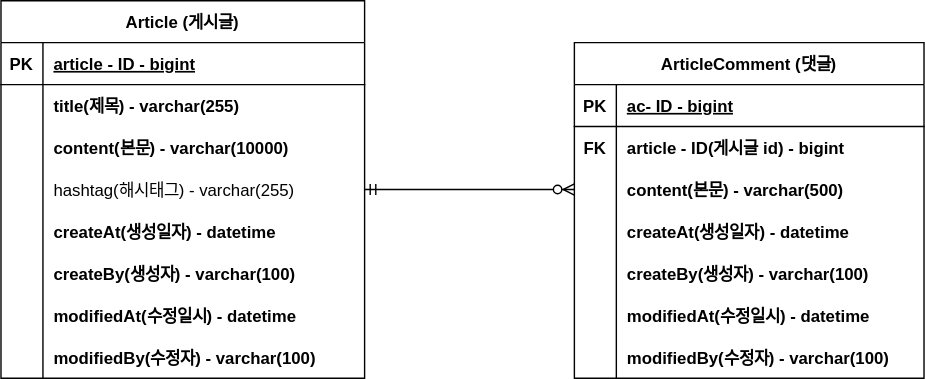
This is document/ERD.svg from DevToddler/project-board1, a draw.io export, as it was before one commit. Source tidied: cells renumbered, new cells last; positions are measured from the earlier drawing's top-left corner, leaving out a move shared by most shapes.
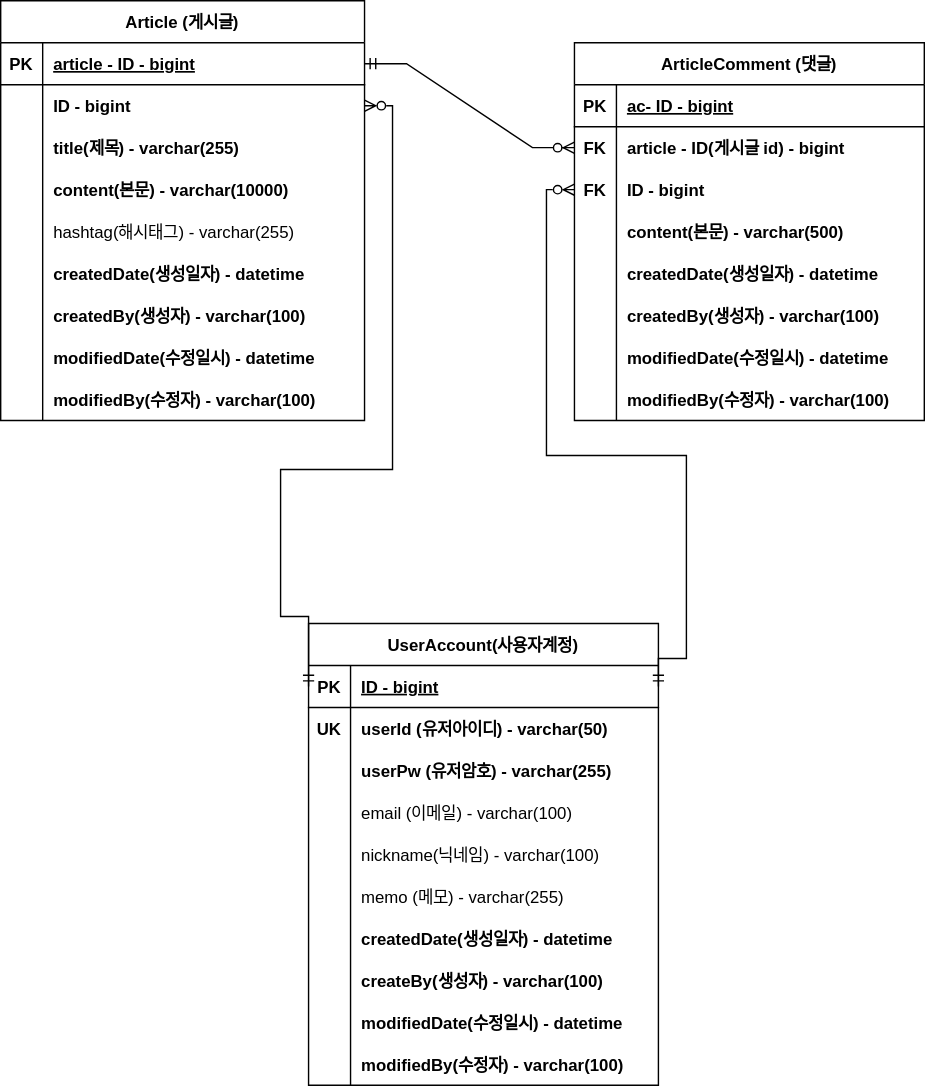
The same diagram one commit later.

Diff of the diagram source:
```diff
@@ -3,7 +3,7 @@
     <mxCell id="0" />
     <mxCell id="1" parent="0" />
     <mxCell id="2" value="Article (게시글)" style="shape=table;startSize=30;rowLines=0;fontStyle=1;align=center;" parent="1" vertex="1">
-      <mxGeometry width="260" height="270" as="geometry" />
+      <mxGeometry width="260" height="300" as="geometry" />
     </mxCell>
     <mxCell id="3" style="shape=tableRow;horizontal=0;startSize=0;swimlaneHead=0;swimlaneBody=0;fillColor=none;points=[[0,0.5],[1,0.5]];portConstraint=eastwest;top=0;left=0;right=0;bottom=1;" parent="2" vertex="1">
       <mxGeometry y="30" width="260" height="30" as="geometry" />
@@ -20,11 +20,20 @@
     <mxCell id="7" style="shape=partialRectangle;fillColor=none;top=0;left=0;bottom=0;right=0;overflow=hidden;" parent="6" vertex="1">
       <mxGeometry width="30" height="30" as="geometry" />
     </mxCell>
-    <mxCell id="8" value="title(제목) - varchar(255)" style="shape=partialRectangle;fillColor=none;top=0;left=0;bottom=0;right=0;align=left;spacingLeft=6;overflow=hidden;fontStyle=1;" parent="6" vertex="1">
+    <mxCell id="8" value="ID - bigint" style="shape=partialRectangle;fillColor=none;top=0;left=0;bottom=0;right=0;align=left;spacingLeft=6;overflow=hidden;fontStyle=1;" parent="6" vertex="1">
       <mxGeometry x="30" width="230" height="30" as="geometry" />
     </mxCell>
+    <mxCell id="50" style="shape=tableRow;horizontal=0;startSize=0;swimlaneHead=0;swimlaneBody=0;fillColor=none;top=0;left=0;right=0;bottom=0;" parent="2" vertex="1">
+      <mxGeometry y="90" width="260" height="30" as="geometry" />
+    </mxCell>
+    <mxCell id="51" style="shape=partialRectangle;fillColor=none;top=0;left=0;bottom=0;right=0;overflow=hidden;" parent="50" vertex="1">
+      <mxGeometry width="30" height="30" as="geometry" />
+    </mxCell>
+    <mxCell id="52" value="title(제목) - varchar(255)" style="shape=partialRectangle;fillColor=none;top=0;left=0;bottom=0;right=0;align=left;spacingLeft=6;overflow=hidden;fontStyle=1;" parent="50" vertex="1">
+      <mxGeometry x="30" width="230" height="30" as="geometry" />
+    </mxCell>
     <mxCell id="9" style="shape=tableRow;horizontal=0;startSize=0;swimlaneHead=0;swimlaneBody=0;fillColor=none;top=0;left=0;right=0;bottom=0;" parent="2" vertex="1">
-      <mxGeometry y="90" width="260" height="30" as="geometry" />
+      <mxGeometry y="120" width="260" height="30" as="geometry" />
     </mxCell>
     <mxCell id="10" style="shape=partialRectangle;fillColor=none;top=0;left=0;bottom=0;right=0;overflow=hidden;" parent="9" vertex="1">
       <mxGeometry width="30" height="30" as="geometry" />
@@ -33,7 +42,7 @@
       <mxGeometry x="30" width="230" height="30" as="geometry" />
     </mxCell>
     <mxCell id="12" style="shape=tableRow;horizontal=0;startSize=0;swimlaneHead=0;swimlaneBody=0;fillColor=none;points=[[0,0.5],[1,0.5]];portConstraint=eastwest;top=0;left=0;right=0;bottom=0;" parent="2" vertex="1">
-      <mxGeometry y="120" width="260" height="30" as="geometry" />
+      <mxGeometry y="150" width="260" height="30" as="geometry" />
     </mxCell>
     <mxCell id="13" style="shape=partialRectangle;fillColor=none;top=0;left=0;bottom=0;right=0;overflow=hidden;" parent="12" vertex="1">
       <mxGeometry width="30" height="30" as="geometry" />
@@ -42,34 +51,34 @@
       <mxGeometry x="30" width="230" height="30" as="geometry" />
     </mxCell>
     <mxCell id="15" style="shape=tableRow;horizontal=0;startSize=0;swimlaneHead=0;swimlaneBody=0;fillColor=none;top=0;left=0;right=0;bottom=0;" parent="2" vertex="1">
-      <mxGeometry y="150" width="260" height="30" as="geometry" />
+      <mxGeometry y="180" width="260" height="30" as="geometry" />
     </mxCell>
     <mxCell id="16" style="shape=partialRectangle;fillColor=none;top=0;left=0;bottom=0;right=0;overflow=hidden;" parent="15" vertex="1">
       <mxGeometry width="30" height="30" as="geometry" />
     </mxCell>
-    <mxCell id="17" value="createAt(생성일자) - datetime" style="shape=partialRectangle;fillColor=none;top=0;left=0;bottom=0;right=0;align=left;spacingLeft=6;overflow=hidden;fontStyle=1;" parent="15" vertex="1">
+    <mxCell id="17" value="createdDate(생성일자) - datetime" style="shape=partialRectangle;fillColor=none;top=0;left=0;bottom=0;right=0;align=left;spacingLeft=6;overflow=hidden;fontStyle=1;" parent="15" vertex="1">
       <mxGeometry x="30" width="230" height="30" as="geometry" />
     </mxCell>
     <mxCell id="18" style="shape=tableRow;horizontal=0;startSize=0;swimlaneHead=0;swimlaneBody=0;fillColor=none;top=0;left=0;right=0;bottom=0;" parent="2" vertex="1">
-      <mxGeometry y="180" width="260" height="30" as="geometry" />
+      <mxGeometry y="210" width="260" height="30" as="geometry" />
     </mxCell>
     <mxCell id="19" style="shape=partialRectangle;fillColor=none;top=0;left=0;bottom=0;right=0;overflow=hidden;" parent="18" vertex="1">
       <mxGeometry width="30" height="30" as="geometry" />
     </mxCell>
-    <mxCell id="20" value="createBy(생성자) - varchar(100)" style="shape=partialRectangle;fillColor=none;top=0;left=0;bottom=0;right=0;align=left;spacingLeft=6;overflow=hidden;fontStyle=1;" parent="18" vertex="1">
+    <mxCell id="20" value="createdBy(생성자) - varchar(100)" style="shape=partialRectangle;fillColor=none;top=0;left=0;bottom=0;right=0;align=left;spacingLeft=6;overflow=hidden;fontStyle=1;" parent="18" vertex="1">
       <mxGeometry x="30" width="230" height="30" as="geometry" />
     </mxCell>
     <mxCell id="21" style="shape=tableRow;horizontal=0;startSize=0;swimlaneHead=0;swimlaneBody=0;fillColor=none;top=0;left=0;right=0;bottom=0;" parent="2" vertex="1">
-      <mxGeometry y="210" width="260" height="30" as="geometry" />
+      <mxGeometry y="240" width="260" height="30" as="geometry" />
     </mxCell>
     <mxCell id="22" style="shape=partialRectangle;fillColor=none;top=0;left=0;bottom=0;right=0;overflow=hidden;" parent="21" vertex="1">
       <mxGeometry width="30" height="30" as="geometry" />
     </mxCell>
-    <mxCell id="23" value="modifiedAt(수정일시) - datetime" style="shape=partialRectangle;fillColor=none;top=0;left=0;bottom=0;right=0;align=left;spacingLeft=6;overflow=hidden;fontStyle=1;" parent="21" vertex="1">
+    <mxCell id="23" value="modifiedDate(수정일시) - datetime" style="shape=partialRectangle;fillColor=none;top=0;left=0;bottom=0;right=0;align=left;spacingLeft=6;overflow=hidden;fontStyle=1;" parent="21" vertex="1">
       <mxGeometry x="30" width="230" height="30" as="geometry" />
     </mxCell>
     <mxCell id="24" style="shape=tableRow;horizontal=0;startSize=0;swimlaneHead=0;swimlaneBody=0;fillColor=none;top=0;left=0;right=0;bottom=0;" parent="2" vertex="1">
-      <mxGeometry y="240" width="260" height="30" as="geometry" />
+      <mxGeometry y="270" width="260" height="30" as="geometry" />
     </mxCell>
     <mxCell id="25" style="shape=partialRectangle;fillColor=none;top=0;left=0;bottom=0;right=0;overflow=hidden;" parent="24" vertex="1">
       <mxGeometry width="30" height="30" as="geometry" />
@@ -78,7 +87,7 @@
       <mxGeometry x="30" width="230" height="30" as="geometry" />
     </mxCell>
     <mxCell id="27" value="ArticleComment (댓글)" style="shape=table;startSize=30;rowLines=0;fontStyle=1;align=center;" parent="1" vertex="1">
-      <mxGeometry x="410" y="30" width="250" height="240" as="geometry" />
+      <mxGeometry x="410" y="30" width="250" height="270" as="geometry" />
     </mxCell>
     <mxCell id="28" style="shape=tableRow;horizontal=0;startSize=0;swimlaneHead=0;swimlaneBody=0;fillColor=none;top=0;left=0;right=0;bottom=1;" parent="27" vertex="1">
       <mxGeometry y="30" width="250" height="30" as="geometry" />
@@ -98,8 +107,17 @@
     <mxCell id="33" value="article - ID(게시글 id) - bigint" style="shape=partialRectangle;fillColor=none;top=0;left=0;bottom=0;right=0;align=left;spacingLeft=6;overflow=hidden;fontStyle=1;" parent="31" vertex="1">
       <mxGeometry x="30" width="220" height="30" as="geometry" />
     </mxCell>
+    <mxCell id="53" style="shape=tableRow;horizontal=0;startSize=0;swimlaneHead=0;swimlaneBody=0;fillColor=none;points=[[0,0.5],[1,0.5]];portConstraint=eastwest;top=0;left=0;right=0;bottom=0;" parent="27" vertex="1">
+      <mxGeometry y="90" width="250" height="30" as="geometry" />
+    </mxCell>
+    <mxCell id="54" value="FK" style="shape=partialRectangle;fillColor=none;top=0;left=0;bottom=0;right=0;overflow=hidden;fontStyle=1;" parent="53" vertex="1">
+      <mxGeometry width="30" height="30" as="geometry" />
+    </mxCell>
+    <mxCell id="55" value="ID - bigint" style="shape=partialRectangle;fillColor=none;top=0;left=0;bottom=0;right=0;align=left;spacingLeft=6;overflow=hidden;fontStyle=1;" parent="53" vertex="1">
+      <mxGeometry x="30" width="220" height="30" as="geometry" />
+    </mxCell>
     <mxCell id="34" style="shape=tableRow;horizontal=0;startSize=0;swimlaneHead=0;swimlaneBody=0;fillColor=none;points=[[0,0.5],[1,0.5]];portConstraint=eastwest;top=0;left=0;right=0;bottom=0;" parent="27" vertex="1">
-      <mxGeometry y="90" width="250" height="30" as="geometry" />
+      <mxGeometry y="120" width="250" height="30" as="geometry" />
     </mxCell>
     <mxCell id="35" style="shape=partialRectangle;fillColor=none;top=0;left=0;bottom=0;right=0;overflow=hidden;" parent="34" vertex="1">
       <mxGeometry width="30" height="30" as="geometry" />
@@ -108,34 +126,34 @@
       <mxGeometry x="30" width="220" height="30" as="geometry" />
     </mxCell>
     <mxCell id="37" style="shape=tableRow;horizontal=0;startSize=0;swimlaneHead=0;swimlaneBody=0;fillColor=none;top=0;left=0;right=0;bottom=0;" parent="27" vertex="1">
-      <mxGeometry y="120" width="250" height="30" as="geometry" />
+      <mxGeometry y="150" width="250" height="30" as="geometry" />
     </mxCell>
     <mxCell id="38" style="shape=partialRectangle;fillColor=none;top=0;left=0;bottom=0;right=0;overflow=hidden;" parent="37" vertex="1">
       <mxGeometry width="30" height="30" as="geometry" />
     </mxCell>
-    <mxCell id="39" value="createAt(생성일자) - datetime" style="shape=partialRectangle;fillColor=none;top=0;left=0;bottom=0;right=0;align=left;spacingLeft=6;overflow=hidden;fontStyle=1;" parent="37" vertex="1">
+    <mxCell id="39" value="createdDate(생성일자) - datetime" style="shape=partialRectangle;fillColor=none;top=0;left=0;bottom=0;right=0;align=left;spacingLeft=6;overflow=hidden;fontStyle=1;" parent="37" vertex="1">
       <mxGeometry x="30" width="220" height="30" as="geometry" />
     </mxCell>
     <mxCell id="40" style="shape=tableRow;horizontal=0;startSize=0;swimlaneHead=0;swimlaneBody=0;fillColor=none;top=0;left=0;right=0;bottom=0;" parent="27" vertex="1">
-      <mxGeometry y="150" width="250" height="30" as="geometry" />
+      <mxGeometry y="180" width="250" height="30" as="geometry" />
     </mxCell>
     <mxCell id="41" style="shape=partialRectangle;fillColor=none;top=0;left=0;bottom=0;right=0;overflow=hidden;" parent="40" vertex="1">
       <mxGeometry width="30" height="30" as="geometry" />
     </mxCell>
-    <mxCell id="42" value="createBy(생성자) - varchar(100)" style="shape=partialRectangle;fillColor=none;top=0;left=0;bottom=0;right=0;align=left;spacingLeft=6;overflow=hidden;fontStyle=1;" parent="40" vertex="1">
+    <mxCell id="42" value="createdBy(생성자) - varchar(100)" style="shape=partialRectangle;fillColor=none;top=0;left=0;bottom=0;right=0;align=left;spacingLeft=6;overflow=hidden;fontStyle=1;" parent="40" vertex="1">
       <mxGeometry x="30" width="220" height="30" as="geometry" />
     </mxCell>
     <mxCell id="43" style="shape=tableRow;horizontal=0;startSize=0;swimlaneHead=0;swimlaneBody=0;fillColor=none;top=0;left=0;right=0;bottom=0;" parent="27" vertex="1">
-      <mxGeometry y="180" width="250" height="30" as="geometry" />
+      <mxGeometry y="210" width="250" height="30" as="geometry" />
     </mxCell>
     <mxCell id="44" style="shape=partialRectangle;fillColor=none;top=0;left=0;bottom=0;right=0;overflow=hidden;" parent="43" vertex="1">
       <mxGeometry width="30" height="30" as="geometry" />
     </mxCell>
-    <mxCell id="45" value="modifiedAt(수정일시) - datetime" style="shape=partialRectangle;fillColor=none;top=0;left=0;bottom=0;right=0;align=left;spacingLeft=6;overflow=hidden;fontStyle=1;" parent="43" vertex="1">
+    <mxCell id="45" value="modifiedDate(수정일시) - datetime" style="shape=partialRectangle;fillColor=none;top=0;left=0;bottom=0;right=0;align=left;spacingLeft=6;overflow=hidden;fontStyle=1;" parent="43" vertex="1">
       <mxGeometry x="30" width="220" height="30" as="geometry" />
     </mxCell>
     <mxCell id="46" style="shape=tableRow;horizontal=0;startSize=0;swimlaneHead=0;swimlaneBody=0;fillColor=none;top=0;left=0;right=0;bottom=0;" parent="27" vertex="1">
-      <mxGeometry y="210" width="250" height="30" as="geometry" />
+      <mxGeometry y="240" width="250" height="30" as="geometry" />
     </mxCell>
     <mxCell id="47" style="shape=partialRectangle;fillColor=none;top=0;left=0;bottom=0;right=0;overflow=hidden;" parent="46" vertex="1">
       <mxGeometry width="30" height="30" as="geometry" />
@@ -143,8 +161,122 @@
     <mxCell id="48" value="modifiedBy(수정자) - varchar(100)" style="shape=partialRectangle;fillColor=none;top=0;left=0;bottom=0;right=0;align=left;spacingLeft=6;overflow=hidden;fontStyle=1;" parent="46" vertex="1">
       <mxGeometry x="30" width="220" height="30" as="geometry" />
     </mxCell>
-    <mxCell id="49" style="edgeStyle=entityRelationEdgeStyle;fontSize=12;html=1;endArrow=ERzeroToMany;startArrow=ERmandOne;rounded=0;entryX=0;entryY=0.5;entryDx=0;entryDy=0;exitX=1;exitY=0.5;exitDx=0;exitDy=0;" parent="1" edge="1" source="12" target="34">
+    <mxCell id="49" style="edgeStyle=entityRelationEdgeStyle;fontSize=12;html=1;endArrow=ERzeroToMany;startArrow=ERmandOne;rounded=0;entryX=0;entryY=0.5;entryDx=0;entryDy=0;exitX=1;exitY=0.5;exitDx=0;exitDy=0;" parent="1" edge="1" source="3" target="31">
       <mxGeometry relative="1" as="geometry" />
     </mxCell>
+    <mxCell id="56" value="UserAccount(사용자계정)" style="shape=table;startSize=30;rowLines=0;fontStyle=1;align=center;" parent="1" vertex="1">
+      <mxGeometry x="220" y="445" width="250" height="330" as="geometry" />
+    </mxCell>
+    <mxCell id="57" style="shape=tableRow;horizontal=0;startSize=0;swimlaneHead=0;swimlaneBody=0;fillColor=none;points=[[0,0.5],[1,0.5]];portConstraint=eastwest;top=0;left=0;right=0;bottom=1;" parent="56" vertex="1">
+      <mxGeometry y="30" width="250" height="30" as="geometry" />
+    </mxCell>
+    <mxCell id="58" value="PK" style="shape=partialRectangle;fillColor=none;top=0;left=0;bottom=0;right=0;fontStyle=1;overflow=hidden;" parent="57" vertex="1">
+      <mxGeometry width="30" height="30" as="geometry" />
+    </mxCell>
+    <mxCell id="59" value="ID - bigint" style="shape=partialRectangle;fillColor=none;top=0;left=0;bottom=0;right=0;align=left;spacingLeft=6;fontStyle=5;overflow=hidden;" parent="57" vertex="1">
+      <mxGeometry x="30" width="220" height="30" as="geometry" />
+    </mxCell>
+    <mxCell id="60" style="shape=tableRow;horizontal=0;startSize=0;swimlaneHead=0;swimlaneBody=0;fillColor=none;top=0;left=0;right=0;bottom=0;" parent="56" vertex="1">
+      <mxGeometry y="60" width="250" height="30" as="geometry" />
+    </mxCell>
+    <mxCell id="61" value="UK" style="shape=partialRectangle;fillColor=none;top=0;left=0;bottom=0;right=0;overflow=hidden;fontStyle=1;" parent="60" vertex="1">
+      <mxGeometry width="30" height="30" as="geometry" />
+    </mxCell>
+    <mxCell id="62" value="userId (유저아이디) - varchar(50)" style="shape=partialRectangle;fillColor=none;top=0;left=0;bottom=0;right=0;align=left;spacingLeft=6;overflow=hidden;fontStyle=1;" parent="60" vertex="1">
+      <mxGeometry x="30" width="220" height="30" as="geometry" />
+    </mxCell>
+    <mxCell id="63" style="shape=tableRow;horizontal=0;startSize=0;swimlaneHead=0;swimlaneBody=0;fillColor=none;top=0;left=0;right=0;bottom=0;" parent="56" vertex="1">
+      <mxGeometry y="90" width="250" height="30" as="geometry" />
+    </mxCell>
+    <mxCell id="64" style="shape=partialRectangle;fillColor=none;top=0;left=0;bottom=0;right=0;overflow=hidden;" parent="63" vertex="1">
+      <mxGeometry width="30" height="30" as="geometry" />
+    </mxCell>
+    <mxCell id="65" value="userPw (유저암호) - varchar(255)" style="shape=partialRectangle;fillColor=none;top=0;left=0;bottom=0;right=0;align=left;spacingLeft=6;overflow=hidden;fontStyle=1;" parent="63" vertex="1">
+      <mxGeometry x="30" width="220" height="30" as="geometry" />
+    </mxCell>
+    <mxCell id="66" style="shape=tableRow;horizontal=0;startSize=0;swimlaneHead=0;swimlaneBody=0;fillColor=none;top=0;left=0;right=0;bottom=0;" parent="56" vertex="1">
+      <mxGeometry y="120" width="250" height="30" as="geometry" />
+    </mxCell>
+    <mxCell id="67" style="shape=partialRectangle;fillColor=none;top=0;left=0;bottom=0;right=0;overflow=hidden;" parent="66" vertex="1">
+      <mxGeometry width="30" height="30" as="geometry" />
+    </mxCell>
+    <mxCell id="68" value="email (이메일) - varchar(100)" style="shape=partialRectangle;fillColor=none;top=0;left=0;bottom=0;right=0;align=left;spacingLeft=6;overflow=hidden;" parent="66" vertex="1">
+      <mxGeometry x="30" width="220" height="30" as="geometry" />
+    </mxCell>
+    <mxCell id="69" style="shape=tableRow;horizontal=0;startSize=0;swimlaneHead=0;swimlaneBody=0;fillColor=none;top=0;left=0;right=0;bottom=0;" parent="56" vertex="1">
+      <mxGeometry y="150" width="250" height="30" as="geometry" />
+    </mxCell>
+    <mxCell id="70" style="shape=partialRectangle;fillColor=none;top=0;left=0;bottom=0;right=0;overflow=hidden;" parent="69" vertex="1">
+      <mxGeometry width="30" height="30" as="geometry" />
+    </mxCell>
+    <mxCell id="71" value="nickname(닉네임) - varchar(100)" style="shape=partialRectangle;fillColor=none;top=0;left=0;bottom=0;right=0;align=left;spacingLeft=6;overflow=hidden;" parent="69" vertex="1">
+      <mxGeometry x="30" width="220" height="30" as="geometry" />
+    </mxCell>
+    <mxCell id="72" style="shape=tableRow;horizontal=0;startSize=0;swimlaneHead=0;swimlaneBody=0;fillColor=none;top=0;left=0;right=0;bottom=0;" parent="56" vertex="1">
+      <mxGeometry y="180" width="250" height="30" as="geometry" />
+    </mxCell>
+    <mxCell id="73" style="shape=partialRectangle;fillColor=none;top=0;left=0;bottom=0;right=0;overflow=hidden;" parent="72" vertex="1">
+      <mxGeometry width="30" height="30" as="geometry" />
+    </mxCell>
+    <mxCell id="74" value="memo (메모) - varchar(255)" style="shape=partialRectangle;fillColor=none;top=0;left=0;bottom=0;right=0;align=left;spacingLeft=6;overflow=hidden;" parent="72" vertex="1">
+      <mxGeometry x="30" width="220" height="30" as="geometry" />
+    </mxCell>
+    <mxCell id="75" style="shape=tableRow;horizontal=0;startSize=0;swimlaneHead=0;swimlaneBody=0;fillColor=none;top=0;left=0;right=0;bottom=0;" parent="56" vertex="1">
+      <mxGeometry y="210" width="250" height="30" as="geometry" />
+    </mxCell>
+    <mxCell id="76" style="shape=partialRectangle;fillColor=none;top=0;left=0;bottom=0;right=0;overflow=hidden;" parent="75" vertex="1">
+      <mxGeometry width="30" height="30" as="geometry" />
+    </mxCell>
+    <mxCell id="77" value="createdDate(생성일자) - datetime" style="shape=partialRectangle;fillColor=none;top=0;left=0;bottom=0;right=0;align=left;spacingLeft=6;overflow=hidden;fontStyle=1;" parent="75" vertex="1">
+      <mxGeometry x="30" width="220" height="30" as="geometry" />
+    </mxCell>
+    <mxCell id="78" style="shape=tableRow;horizontal=0;startSize=0;swimlaneHead=0;swimlaneBody=0;fillColor=none;top=0;left=0;right=0;bottom=0;" parent="56" vertex="1">
+      <mxGeometry y="240" width="250" height="30" as="geometry" />
+    </mxCell>
+    <mxCell id="79" style="shape=partialRectangle;fillColor=none;top=0;left=0;bottom=0;right=0;overflow=hidden;" parent="78" vertex="1">
+      <mxGeometry width="30" height="30" as="geometry" />
+    </mxCell>
+    <mxCell id="80" value="createBy(생성자) - varchar(100)" style="shape=partialRectangle;fillColor=none;top=0;left=0;bottom=0;right=0;align=left;spacingLeft=6;overflow=hidden;fontStyle=1;" parent="78" vertex="1">
+      <mxGeometry x="30" width="220" height="30" as="geometry" />
+    </mxCell>
+    <mxCell id="81" style="shape=tableRow;horizontal=0;startSize=0;swimlaneHead=0;swimlaneBody=0;fillColor=none;top=0;left=0;right=0;bottom=0;" parent="56" vertex="1">
+      <mxGeometry y="270" width="250" height="30" as="geometry" />
+    </mxCell>
+    <mxCell id="82" style="shape=partialRectangle;fillColor=none;top=0;left=0;bottom=0;right=0;overflow=hidden;" parent="81" vertex="1">
+      <mxGeometry width="30" height="30" as="geometry" />
+    </mxCell>
+    <mxCell id="83" value="modifiedDate(수정일시) - datetime" style="shape=partialRectangle;fillColor=none;top=0;left=0;bottom=0;right=0;align=left;spacingLeft=6;overflow=hidden;fontStyle=1;" parent="81" vertex="1">
+      <mxGeometry x="30" width="220" height="30" as="geometry" />
+    </mxCell>
+    <mxCell id="84" style="shape=tableRow;horizontal=0;startSize=0;swimlaneHead=0;swimlaneBody=0;fillColor=none;top=0;left=0;right=0;bottom=0;" parent="56" vertex="1">
+      <mxGeometry y="300" width="250" height="30" as="geometry" />
+    </mxCell>
+    <mxCell id="85" style="shape=partialRectangle;fillColor=none;top=0;left=0;bottom=0;right=0;overflow=hidden;" parent="84" vertex="1">
+      <mxGeometry width="30" height="30" as="geometry" />
+    </mxCell>
+    <mxCell id="86" value="modifiedBy(수정자) - varchar(100)" style="shape=partialRectangle;fillColor=none;top=0;left=0;bottom=0;right=0;align=left;spacingLeft=6;overflow=hidden;fontStyle=1;" parent="84" vertex="1">
+      <mxGeometry x="30" width="220" height="30" as="geometry" />
+    </mxCell>
+    <mxCell id="87" style="edgeStyle=orthogonalEdgeStyle;rounded=0;jettySize=auto;html=1;exitX=1;exitY=0.5;exitDx=0;exitDy=0;entryX=0;entryY=0.5;entryDx=0;entryDy=0;startArrow=ERzeroToMany;startFill=0;endArrow=ERmandOne;endFill=0;" parent="1" edge="1" source="6" target="57">
+      <mxGeometry relative="1" as="geometry">
+        <Array as="points">
+          <mxPoint x="280" y="75" />
+          <mxPoint x="280" y="335" />
+          <mxPoint x="200" y="335" />
+          <mxPoint x="200" y="440" />
+          <mxPoint x="220" y="440" />
+        </Array>
+      </mxGeometry>
+    </mxCell>
+    <mxCell id="88" style="edgeStyle=orthogonalEdgeStyle;rounded=0;jettySize=auto;html=1;exitX=0;exitY=0.5;exitDx=0;exitDy=0;entryX=1;entryY=0.5;entryDx=0;entryDy=0;startArrow=ERzeroToMany;startFill=0;endArrow=ERmandOne;endFill=0;" parent="1" edge="1" source="53" target="57">
+      <mxGeometry relative="1" as="geometry">
+        <Array as="points">
+          <mxPoint x="390" y="135" />
+          <mxPoint x="390" y="325" />
+          <mxPoint x="490" y="325" />
+          <mxPoint x="490" y="470" />
+        </Array>
+      </mxGeometry>
+    </mxCell>
   </root>
 </mxGraphModel>
```
